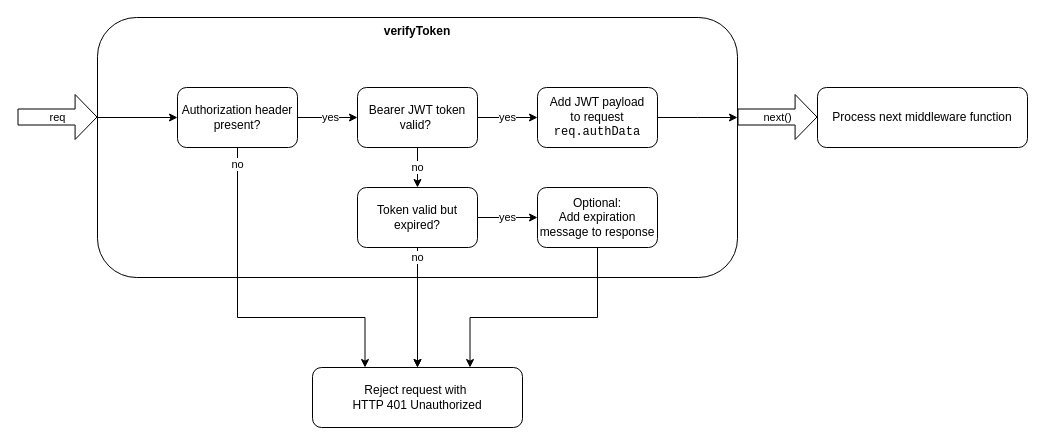
Before: docs/verify-token-schema.drawio in tsmx/express-jwt-validator, a draw.io diagram. Source tidied: cells renumbered, new cells numbered last; positions are measured from the earlier drawing's top-left corner, leaving out a move shared by most shapes. Both pictures are drawn from the tidied source at 100%, with x=0, y=0 at pixel (17, 17).
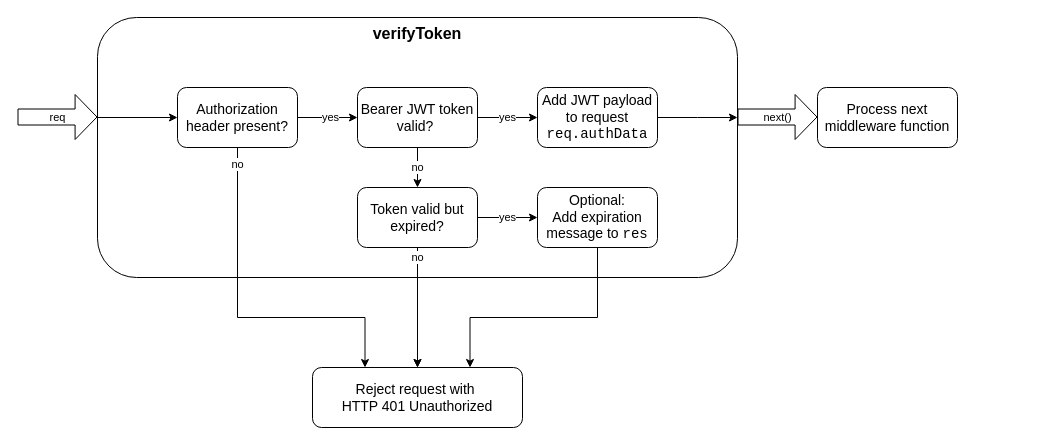
After the change.

Diff of the diagram source:
```diff
@@
-    <mxCell id="3" value="verifyToken" style="rounded=1;whiteSpace=wrap;html=1;verticalAlign=top;fontStyle=1;" parent="1" vertex="1">
+    <mxCell id="3" value="verifyToken" style="rounded=1;whiteSpace=wrap;html=1;verticalAlign=top;fontStyle=1;fontSize=16;" parent="1" vertex="1">
       <mxGeometry x="80" width="640" height="260" as="geometry" />
     </mxCell>
-    <mxCell id="4" value="req" style="shape=flexArrow;endArrow=classic;html=1;endWidth=28;endSize=6.97;width=16;" parent="1" edge="1">
+    <mxCell id="4" value="req" style="shape=flexArrow;endArrow=classic;html=1;endWidth=28;endSize=6.97;width=16;fontSize=11;" parent="1" edge="1">
       <mxGeometry relative="1" as="geometry">
         <mxPoint y="99.5" as="sourcePoint" />
         <mxPoint x="80" y="99.5" as="targetPoint" />
       </mxGeometry>
     </mxCell>
-    <mxCell id="5" value="next()" style="shape=flexArrow;endArrow=classic;html=1;endWidth=28;endSize=6.97;width=16;" parent="1" edge="1">
+    <mxCell id="5" value="next()" style="shape=flexArrow;endArrow=classic;html=1;endWidth=28;endSize=6.97;width=16;fontSize=11;" parent="1" edge="1">
       <mxGeometry relative="1" as="geometry">
         <mxPoint x="720" y="99.5" as="sourcePoint" />
         <mxPoint x="800" y="99.5" as="targetPoint" />
       </mxGeometry>
     </mxCell>
@@
-    <mxCell id="8" value="Authorization header present?" style="rounded=1;whiteSpace=wrap;html=1;" parent="1" vertex="1">
+    <mxCell id="8" value="Authorization header present?" style="rounded=1;whiteSpace=wrap;html=1;fontSize=14;" parent="1" vertex="1">
       <mxGeometry x="160" y="70" width="120" height="60" as="geometry" />
     </mxCell>
@@
-    <mxCell id="11" value="Bearer JWT token valid?&amp;nbsp;" style="rounded=1;whiteSpace=wrap;html=1;" parent="1" vertex="1">
+    <mxCell id="11" value="Bearer JWT token valid?&amp;nbsp;" style="rounded=1;whiteSpace=wrap;html=1;fontSize=14;" parent="1" vertex="1">
       <mxGeometry x="340" y="70" width="120" height="60" as="geometry" />
     </mxCell>
@@
-    <mxCell id="14" value="Token valid but expired?" style="rounded=1;whiteSpace=wrap;html=1;" parent="1" vertex="1">
+    <mxCell id="14" value="Token valid but expired?" style="rounded=1;whiteSpace=wrap;html=1;fontSize=14;" parent="1" vertex="1">
       <mxGeometry x="340" y="170" width="120" height="60" as="geometry" />
     </mxCell>
@@
-    <mxCell id="16" value="Optional:&lt;br&gt;Add expiration message to response" style="rounded=1;whiteSpace=wrap;html=1;" parent="1" vertex="1">
+    <mxCell id="16" value="Optional:&lt;br style=&quot;font-size: 14px&quot;&gt;Add expiration message to &lt;font face=&quot;Courier New&quot;&gt;res&lt;/font&gt;" style="rounded=1;whiteSpace=wrap;html=1;fontSize=14;" parent="1" vertex="1">
       <mxGeometry x="520" y="170" width="120" height="60" as="geometry" />
     </mxCell>
-    <mxCell id="17" value="Reject request with&amp;nbsp;&lt;br&gt;HTTP 401 Unauthorized" style="rounded=1;whiteSpace=wrap;html=1;" parent="1" vertex="1">
+    <mxCell id="17" value="Reject request with&amp;nbsp;&lt;br style=&quot;font-size: 14px;&quot;&gt;HTTP 401 Unauthorized" style="rounded=1;whiteSpace=wrap;html=1;fontSize=14;" parent="1" vertex="1">
       <mxGeometry x="295" y="350" width="210" height="60" as="geometry" />
     </mxCell>
-    <mxCell id="18" value="Process next middleware function" style="rounded=1;whiteSpace=wrap;html=1;" parent="1" vertex="1">
-      <mxGeometry x="800" y="70" width="210" height="60" as="geometry" />
+    <mxCell id="18" value="Process next middleware function" style="rounded=1;whiteSpace=wrap;html=1;fontSize=14;" parent="1" vertex="1">
+      <mxGeometry x="800" y="70" width="140" height="60" as="geometry" />
     </mxCell>
@@
-    <mxCell id="21" value="Add JWT payload &lt;br&gt;to request&lt;br&gt;&lt;font face=&quot;Courier New&quot;&gt;req.authData&lt;/font&gt;" style="rounded=1;whiteSpace=wrap;html=1;" parent="1" vertex="1">
+    <mxCell id="21" value="Add JWT payload &lt;br style=&quot;font-size: 14px;&quot;&gt;to request&lt;br style=&quot;font-size: 14px;&quot;&gt;&lt;font face=&quot;Courier New&quot; style=&quot;font-size: 14px;&quot;&gt;req.authData&lt;/font&gt;" style="rounded=1;whiteSpace=wrap;html=1;fontSize=14;" parent="1" vertex="1">
       <mxGeometry x="520" y="70" width="120" height="60" as="geometry" />
     </mxCell>
```
